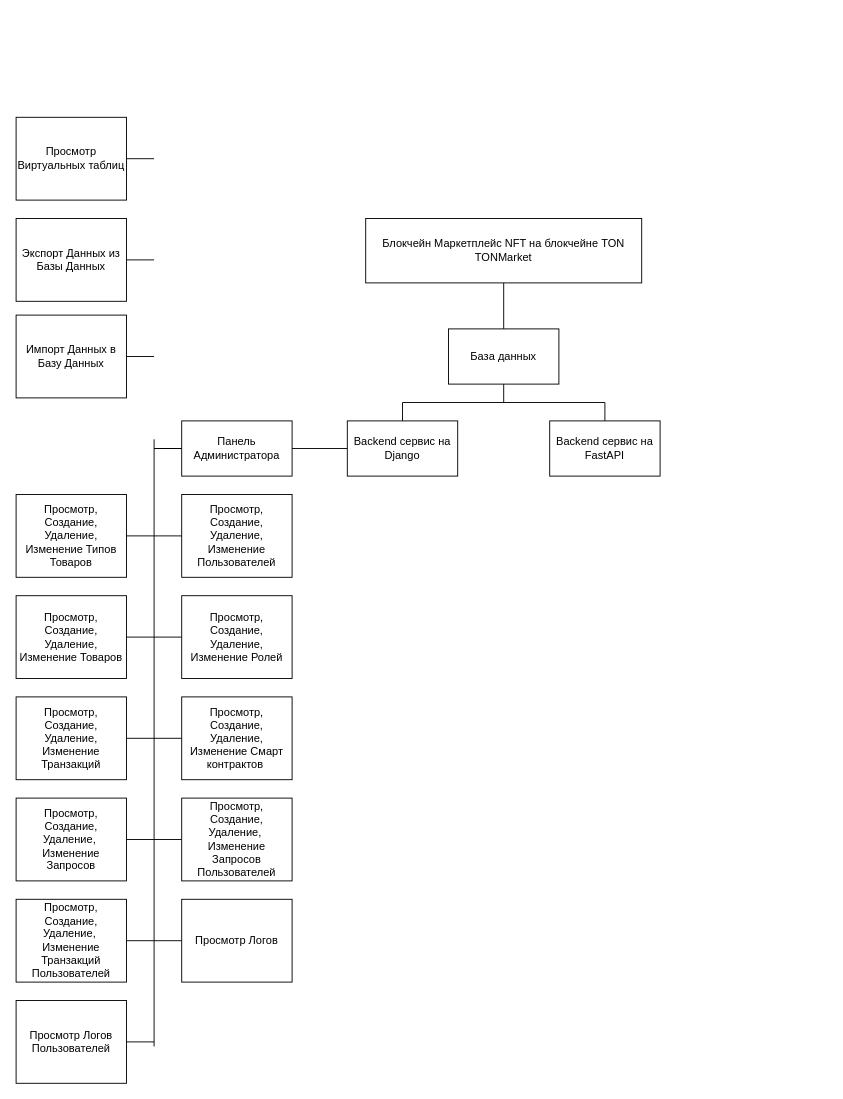
The draw.io diagram functional_scheme.drawio in slsforme/ton_market_django, before the edit. Source tidied: cells renumbered, new cells numbered last; positions are measured from the earlier drawing's top-left corner, leaving out a move shared by most shapes. Both pictures are drawn from the tidied source at 92%, with x=0, y=0 at pixel (16, 117).
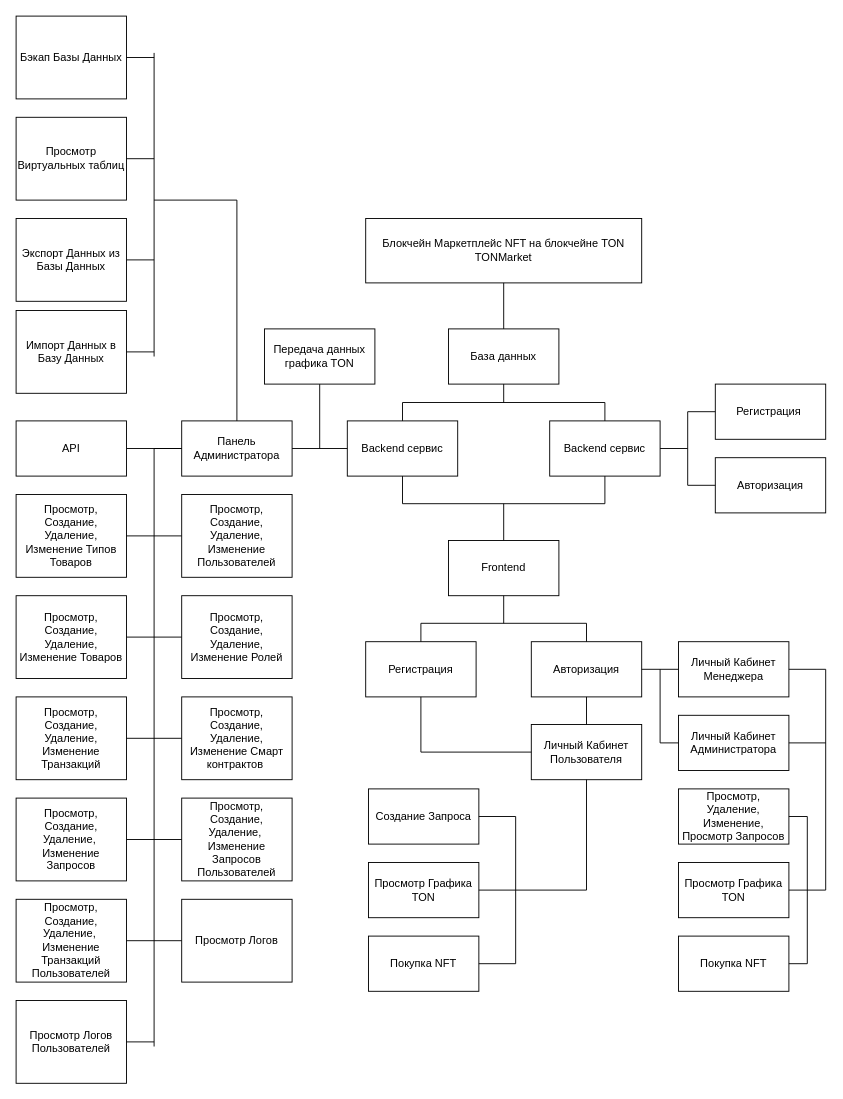
The same diagram, later.

The change refers to these unchanged cells:
```xml
<mxCell id="11" value="Панель Администратора" style="rounded=0;whiteSpace=wrap;html=1;" parent="1" vertex="1">
  <mxGeometry x="180" y="330" width="120" height="60" as="geometry" />
</mxCell>
<mxCell id="23" value="Экспорт Данных из Базы Данных" style="rounded=0;whiteSpace=wrap;html=1;" parent="1" vertex="1">
  <mxGeometry y="110" width="120" height="90" as="geometry" />
</mxCell>
```

What changed in the source:
```diff
@@
-    <mxCell id="5" value="Backend сервис на Django" style="rounded=0;whiteSpace=wrap;html=1;" parent="1" vertex="1">
+    <mxCell id="5" value="Backend сервис" style="rounded=0;whiteSpace=wrap;html=1;" parent="1" vertex="1">
       <mxGeometry x="360" y="330" width="120" height="60" as="geometry" />
     </mxCell>
-    <mxCell id="6" value="Backend сервис на FastAPI" style="rounded=0;whiteSpace=wrap;html=1;" parent="1" vertex="1">
+    <mxCell id="6" value="Backend сервис" style="rounded=0;whiteSpace=wrap;html=1;" parent="1" vertex="1">
       <mxGeometry x="580" y="330" width="120" height="60" as="geometry" />
     </mxCell>
@@
     <mxCell id="22" value="Импорт Данных в Базу Данных" style="rounded=0;whiteSpace=wrap;html=1;" parent="1" vertex="1">
-      <mxGeometry y="215" width="120" height="90" as="geometry" />
+      <mxGeometry y="210" width="120" height="90" as="geometry" />
     </mxCell>
@@
     <mxCell id="32" style="endArrow=none;html=1;rounded=0;" parent="1" edge="1">
       <mxGeometry relative="1" as="geometry">
         <mxPoint x="150" y="1010" as="sourcePoint" />
-        <mxPoint x="150" y="350" as="targetPoint" />
+        <mxPoint x="150" y="360" as="targetPoint" />
       </mxGeometry>
     </mxCell>
@@
-    <mxCell id="35" style="endArrow=none;html=1;rounded=0;exitX=1;exitY=0.5;exitDx=0;exitDy=0;" parent="1" edge="1" source="23">
-      <mxGeometry relative="1" as="geometry">
-        <mxPoint x="150" y="155" as="targetPoint" />
-      </mxGeometry>
-    </mxCell>
     <mxCell id="36" style="endArrow=none;html=1;rounded=0;exitX=1;exitY=0.5;exitDx=0;exitDy=0;" parent="1" edge="1" source="22">
       <mxGeometry relative="1" as="geometry">
-        <mxPoint x="150" y="260" as="targetPoint" />
+        <mxPoint x="150" y="255" as="targetPoint" />
       </mxGeometry>
     </mxCell>
@@
-    <mxCell id="38" style="endArrow=none;html=1;rounded=0;" parent="1" edge="1" target="11">
-      <mxGeometry relative="1" as="geometry">
-        <mxPoint x="150" y="360" as="sourcePoint" />
-      </mxGeometry>
+    <mxCell id="38" style="endArrow=none;html=1;rounded=0;" parent="1" edge="1" source="39" target="11">
+      <mxGeometry relative="1" as="geometry" />
     </mxCell>
+    <mxCell id="39" value="API" style="rounded=0;whiteSpace=wrap;html=1;" parent="1" vertex="1">
+      <mxGeometry y="330" width="120" height="60" as="geometry" />
+    </mxCell>
+    <mxCell id="40" style="endArrow=none;html=1;rounded=0;exitX=0.5;exitY=0;exitDx=0;exitDy=0;" parent="1" edge="1" source="11">
+      <mxGeometry relative="1" as="geometry">
+        <mxPoint x="240" y="90" as="targetPoint" />
+      </mxGeometry>
+    </mxCell>
+    <mxCell id="41" style="endArrow=none;html=1;rounded=0;" parent="1" edge="1">
+      <mxGeometry relative="1" as="geometry">
+        <mxPoint x="150" y="260" as="sourcePoint" />
+        <mxPoint x="150" y="-70" as="targetPoint" />
+      </mxGeometry>
+    </mxCell>
+    <mxCell id="42" value="Бэкап Базы Данных" style="rounded=0;whiteSpace=wrap;html=1;" parent="1" vertex="1">
+      <mxGeometry y="-110" width="120" height="90" as="geometry" />
+    </mxCell>
+    <mxCell id="43" style="endArrow=none;html=1;rounded=0;exitX=1;exitY=0.5;exitDx=0;exitDy=0;" parent="1" edge="1" source="42">
+      <mxGeometry relative="1" as="geometry">
+        <mxPoint x="150" y="-65" as="targetPoint" />
+      </mxGeometry>
+    </mxCell>
+    <mxCell id="44" style="endArrow=none;html=1;rounded=0;exitX=1;exitY=0.5;exitDx=0;exitDy=0;" parent="1" edge="1" source="23">
+      <mxGeometry relative="1" as="geometry">
+        <mxPoint x="150" y="155" as="targetPoint" />
+      </mxGeometry>
+    </mxCell>
+    <mxCell id="45" style="endArrow=none;html=1;rounded=0;" parent="1" edge="1">
+      <mxGeometry relative="1" as="geometry">
+        <mxPoint x="150" y="90" as="sourcePoint" />
+        <mxPoint x="240" y="90" as="targetPoint" />
+      </mxGeometry>
+    </mxCell>
+    <mxCell id="46" value="Регистрация&amp;nbsp;" style="rounded=0;whiteSpace=wrap;html=1;" parent="1" vertex="1">
+      <mxGeometry x="760" y="290" width="120" height="60" as="geometry" />
+    </mxCell>
+    <mxCell id="47" value="Авторизация" style="rounded=0;whiteSpace=wrap;html=1;" parent="1" vertex="1">
+      <mxGeometry x="760" y="370" width="120" height="60" as="geometry" />
+    </mxCell>
+    <mxCell id="48" style="endArrow=none;html=1;rounded=0;entryX=1;entryY=0.5;entryDx=0;entryDy=0;" parent="1" edge="1" target="6">
+      <mxGeometry relative="1" as="geometry">
+        <mxPoint x="730" y="360" as="sourcePoint" />
+      </mxGeometry>
+    </mxCell>
+    <mxCell id="49" style="endArrow=none;html=1;rounded=0;" parent="1" edge="1">
+      <mxGeometry relative="1" as="geometry">
+        <mxPoint x="730" y="400" as="sourcePoint" />
+        <mxPoint x="730" y="320" as="targetPoint" />
+      </mxGeometry>
+    </mxCell>
+    <mxCell id="50" style="endArrow=none;html=1;rounded=0;" parent="1" edge="1" source="47">
+      <mxGeometry relative="1" as="geometry">
+        <mxPoint x="730" y="400" as="targetPoint" />
+      </mxGeometry>
+    </mxCell>
+    <mxCell id="51" style="endArrow=none;html=1;rounded=0;entryX=0;entryY=0.5;entryDx=0;entryDy=0;" parent="1" edge="1" target="46">
+      <mxGeometry relative="1" as="geometry">
+        <mxPoint x="730" y="320" as="sourcePoint" />
+      </mxGeometry>
+    </mxCell>
+    <mxCell id="52" style="endArrow=none;html=1;rounded=0;entryX=0.5;entryY=1;entryDx=0;entryDy=0;" parent="1" edge="1" target="6">
+      <mxGeometry relative="1" as="geometry">
+        <mxPoint x="640" y="420" as="sourcePoint" />
+      </mxGeometry>
+    </mxCell>
+    <mxCell id="53" style="endArrow=none;html=1;rounded=0;" parent="1" edge="1">
+      <mxGeometry relative="1" as="geometry">
+        <mxPoint x="330" y="360" as="sourcePoint" />
+        <mxPoint x="330" y="290" as="targetPoint" />
+      </mxGeometry>
+    </mxCell>
+    <mxCell id="54" value="Передача данных графика TON" style="rounded=0;whiteSpace=wrap;html=1;" parent="1" vertex="1">
+      <mxGeometry x="270" y="230" width="120" height="60" as="geometry" />
+    </mxCell>
+    <mxCell id="55" style="endArrow=none;html=1;rounded=0;entryX=0.5;entryY=1;entryDx=0;entryDy=0;" parent="1" edge="1" target="5">
+      <mxGeometry relative="1" as="geometry">
+        <mxPoint x="420" y="420" as="sourcePoint" />
+      </mxGeometry>
+    </mxCell>
+    <mxCell id="56" style="endArrow=none;html=1;rounded=0;" parent="1" edge="1">
+      <mxGeometry relative="1" as="geometry">
+        <mxPoint x="420" y="420" as="sourcePoint" />
+        <mxPoint x="640" y="420" as="targetPoint" />
+      </mxGeometry>
+    </mxCell>
+    <mxCell id="57" style="endArrow=none;html=1;rounded=0;" parent="1" edge="1">
+      <mxGeometry relative="1" as="geometry">
+        <mxPoint x="530" y="460" as="sourcePoint" />
+        <mxPoint x="530" y="420" as="targetPoint" />
+      </mxGeometry>
+    </mxCell>
+    <mxCell id="58" value="Frontend" style="rounded=0;whiteSpace=wrap;html=1;" parent="1" vertex="1">
+      <mxGeometry x="470" y="460" width="120" height="60" as="geometry" />
+    </mxCell>
+    <mxCell id="59" style="endArrow=none;html=1;rounded=0;entryX=0.5;entryY=1;entryDx=0;entryDy=0;" parent="1" edge="1" target="58">
+      <mxGeometry relative="1" as="geometry">
+        <mxPoint x="530" y="550" as="sourcePoint" />
+      </mxGeometry>
+    </mxCell>
+    <mxCell id="60" value="Авторизация" style="rounded=0;whiteSpace=wrap;html=1;" parent="1" vertex="1">
+      <mxGeometry x="560" y="570" width="120" height="60" as="geometry" />
+    </mxCell>
+    <mxCell id="61" value="Регистрация" style="rounded=0;whiteSpace=wrap;html=1;" parent="1" vertex="1">
+      <mxGeometry x="380" y="570" width="120" height="60" as="geometry" />
+    </mxCell>
+    <mxCell id="62" value="Просмотр Графика TON" style="rounded=0;whiteSpace=wrap;html=1;" parent="1" vertex="1">
+      <mxGeometry x="383" y="810" width="120" height="60" as="geometry" />
+    </mxCell>
+    <mxCell id="63" value="Создание Запроса" style="rounded=0;whiteSpace=wrap;html=1;" parent="1" vertex="1">
+      <mxGeometry x="383" y="730" width="120" height="60" as="geometry" />
+    </mxCell>
+    <mxCell id="64" value="Просмотр,&lt;div&gt;Удаление,&lt;br&gt;Изменение,&lt;br&gt;Просмотр Запросов&lt;/div&gt;" style="rounded=0;whiteSpace=wrap;html=1;" parent="1" vertex="1">
+      <mxGeometry x="720" y="730" width="120" height="60" as="geometry" />
+    </mxCell>
+    <mxCell id="65" value="Просмотр Графика TON" style="rounded=0;whiteSpace=wrap;html=1;" parent="1" vertex="1">
+      <mxGeometry x="720" y="810" width="120" height="60" as="geometry" />
+    </mxCell>
+    <mxCell id="66" style="endArrow=none;html=1;rounded=0;" parent="1" edge="1">
+      <mxGeometry relative="1" as="geometry">
+        <mxPoint x="440" y="550" as="sourcePoint" />
+        <mxPoint x="620" y="550" as="targetPoint" />
+      </mxGeometry>
+    </mxCell>
+    <mxCell id="67" style="endArrow=none;html=1;rounded=0;exitX=0.5;exitY=0;exitDx=0;exitDy=0;" parent="1" edge="1" source="61">
+      <mxGeometry relative="1" as="geometry">
+        <mxPoint x="440" y="550" as="targetPoint" />
+      </mxGeometry>
+    </mxCell>
+    <mxCell id="68" style="endArrow=none;html=1;rounded=0;exitX=0.5;exitY=0;exitDx=0;exitDy=0;" parent="1" edge="1" source="60">
+      <mxGeometry relative="1" as="geometry">
+        <mxPoint x="620" y="550" as="targetPoint" />
+      </mxGeometry>
+    </mxCell>
+    <mxCell id="69" value="Личный Кабинет Пользователя" style="rounded=0;whiteSpace=wrap;html=1;" parent="1" vertex="1">
+      <mxGeometry x="560" y="660" width="120" height="60" as="geometry" />
+    </mxCell>
+    <mxCell id="70" value="Личный Кабинет Менеджера" style="rounded=0;whiteSpace=wrap;html=1;" parent="1" vertex="1">
+      <mxGeometry x="720" y="570" width="120" height="60" as="geometry" />
+    </mxCell>
+    <mxCell id="71" style="endArrow=none;html=1;rounded=0;entryX=1;entryY=0.5;entryDx=0;entryDy=0;" parent="1" edge="1" source="70" target="60">
+      <mxGeometry relative="1" as="geometry" />
+    </mxCell>
+    <mxCell id="72" style="endArrow=none;html=1;rounded=0;entryX=0.5;entryY=1;entryDx=0;entryDy=0;exitX=0.5;exitY=0;exitDx=0;exitDy=0;" parent="1" edge="1" source="69" target="60">
+      <mxGeometry relative="1" as="geometry" />
+    </mxCell>
+    <mxCell id="73" style="endArrow=none;html=1;rounded=0;entryX=0.5;entryY=1;entryDx=0;entryDy=0;" parent="1" edge="1" target="61">
+      <mxGeometry relative="1" as="geometry">
+        <mxPoint x="440" y="690" as="sourcePoint" />
+      </mxGeometry>
+    </mxCell>
+    <mxCell id="74" style="endArrow=none;html=1;rounded=0;entryX=0;entryY=0.5;entryDx=0;entryDy=0;" parent="1" edge="1" target="69">
+      <mxGeometry relative="1" as="geometry">
+        <mxPoint x="440" y="690" as="sourcePoint" />
+      </mxGeometry>
+    </mxCell>
+    <mxCell id="75" value="Покупка NFT" style="rounded=0;whiteSpace=wrap;html=1;" parent="1" vertex="1">
+      <mxGeometry x="383" y="890" width="120" height="60" as="geometry" />
+    </mxCell>
+    <mxCell id="76" value="Покупка NFT" style="rounded=0;whiteSpace=wrap;html=1;" parent="1" vertex="1">
+      <mxGeometry x="720" y="890" width="120" height="60" as="geometry" />
+    </mxCell>
+    <mxCell id="77" style="endArrow=none;html=1;rounded=0;entryX=0.5;entryY=1;entryDx=0;entryDy=0;" parent="1" edge="1" target="69">
+      <mxGeometry relative="1" as="geometry">
+        <mxPoint x="620" y="840" as="sourcePoint" />
+      </mxGeometry>
+    </mxCell>
+    <mxCell id="78" style="endArrow=none;html=1;rounded=0;exitX=1;exitY=0.5;exitDx=0;exitDy=0;" parent="1" edge="1" source="62">
+      <mxGeometry relative="1" as="geometry">
+        <mxPoint x="620" y="840" as="targetPoint" />
+      </mxGeometry>
+    </mxCell>
+    <mxCell id="79" style="endArrow=none;html=1;rounded=0;exitX=1;exitY=0.5;exitDx=0;exitDy=0;" parent="1" edge="1" source="63">
+      <mxGeometry relative="1" as="geometry">
+        <mxPoint x="543" y="760" as="targetPoint" />
+      </mxGeometry>
+    </mxCell>
+    <mxCell id="80" style="endArrow=none;html=1;rounded=0;exitX=1;exitY=0.5;exitDx=0;exitDy=0;" parent="1" edge="1" source="75">
+      <mxGeometry relative="1" as="geometry">
+        <mxPoint x="543" y="920" as="targetPoint" />
+      </mxGeometry>
+    </mxCell>
+    <mxCell id="81" style="endArrow=none;html=1;rounded=0;" parent="1" edge="1">
+      <mxGeometry relative="1" as="geometry">
+        <mxPoint x="543" y="920" as="sourcePoint" />
+        <mxPoint x="543" y="760" as="targetPoint" />
+      </mxGeometry>
+    </mxCell>
+    <mxCell id="82" style="endArrow=none;html=1;rounded=0;exitX=1;exitY=0.5;exitDx=0;exitDy=0;" parent="1" edge="1" source="70">
+      <mxGeometry relative="1" as="geometry">
+        <mxPoint x="880" y="600" as="targetPoint" />
+      </mxGeometry>
+    </mxCell>
+    <mxCell id="83" style="endArrow=none;html=1;rounded=0;exitX=1;exitY=0.5;exitDx=0;exitDy=0;" parent="1" edge="1" source="76">
+      <mxGeometry relative="1" as="geometry">
+        <mxPoint x="860" y="920" as="targetPoint" />
+      </mxGeometry>
+    </mxCell>
+    <mxCell id="84" style="endArrow=none;html=1;rounded=0;exitX=1;exitY=0.5;exitDx=0;exitDy=0;" parent="1" edge="1" source="64">
+      <mxGeometry relative="1" as="geometry">
+        <mxPoint x="860" y="760" as="targetPoint" />
+      </mxGeometry>
+    </mxCell>
+    <mxCell id="85" style="endArrow=none;html=1;rounded=0;" parent="1" edge="1">
+      <mxGeometry relative="1" as="geometry">
+        <mxPoint x="860" y="920" as="sourcePoint" />
+        <mxPoint x="860" y="760" as="targetPoint" />
+      </mxGeometry>
+    </mxCell>
+    <mxCell id="86" style="endArrow=none;html=1;rounded=0;" parent="1" edge="1">
+      <mxGeometry relative="1" as="geometry">
+        <mxPoint x="880" y="600" as="sourcePoint" />
+        <mxPoint x="880" y="840" as="targetPoint" />
+      </mxGeometry>
+    </mxCell>
+    <mxCell id="87" style="endArrow=none;html=1;rounded=0;exitX=1;exitY=0.5;exitDx=0;exitDy=0;" parent="1" edge="1" source="65">
+      <mxGeometry relative="1" as="geometry">
+        <mxPoint x="880" y="840" as="targetPoint" />
+      </mxGeometry>
+    </mxCell>
+    <mxCell id="88" value="Личный Кабинет Администратора" style="rounded=0;whiteSpace=wrap;html=1;" parent="1" vertex="1">
+      <mxGeometry x="720" y="650" width="120" height="60" as="geometry" />
+    </mxCell>
+    <mxCell id="89" style="endArrow=none;html=1;rounded=0;" parent="1" edge="1">
+      <mxGeometry relative="1" as="geometry">
+        <mxPoint x="700" y="680" as="sourcePoint" />
+        <mxPoint x="700" y="600" as="targetPoint" />
+      </mxGeometry>
+    </mxCell>
+    <mxCell id="90" style="endArrow=none;html=1;rounded=0;exitX=0;exitY=0.5;exitDx=0;exitDy=0;" parent="1" edge="1" source="88">
+      <mxGeometry relative="1" as="geometry">
+        <mxPoint x="700" y="680" as="targetPoint" />
+      </mxGeometry>
+    </mxCell>
+    <mxCell id="91" style="endArrow=none;html=1;rounded=0;exitX=1;exitY=0.5;exitDx=0;exitDy=0;" parent="1" edge="1" source="88">
+      <mxGeometry relative="1" as="geometry">
+        <mxPoint x="880" y="680" as="targetPoint" />
+      </mxGeometry>
+    </mxCell>
```
